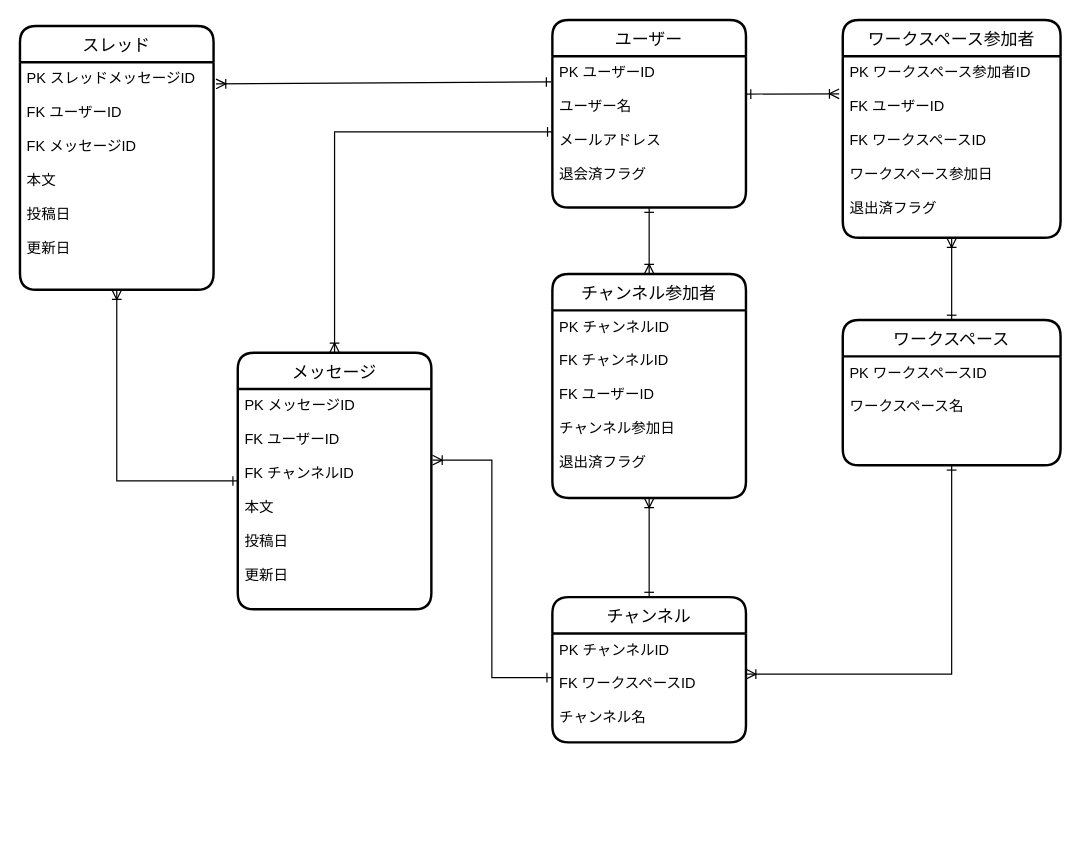
Before: db_modeling2/subject1/subject1.drawio in halki117/PrAhaChallenge, a draw.io diagram. Source tidied: cells renumbered, new cells numbered last; positions are measured from the earlier drawing's top-left corner, leaving out a move shared by most shapes. Both pictures are drawn from the tidied source at 121%, with x=0, y=0 at pixel (19, 19).
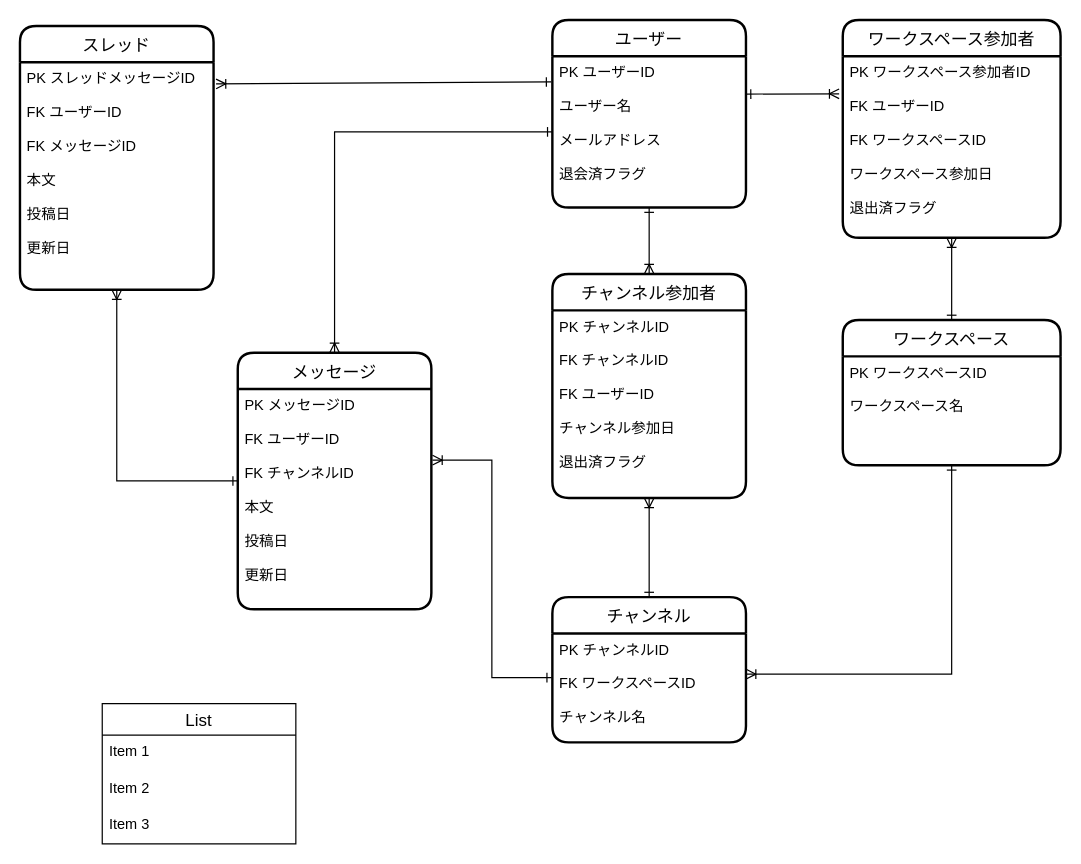
After the change.

What changed in the source:
```diff
@@
+    <mxCell id="25" value="List" style="swimlane;fontStyle=0;horizontal=1;startSize=26;align=center;fontSize=14;" parent="1" vertex="1">
+      <mxGeometry x="68" y="565" width="160" height="116" as="geometry" />
+    </mxCell>
+    <mxCell id="26" value="Item 1" style="text;strokeColor=none;fillColor=none;spacingLeft=4;spacingRight=4;overflow=hidden;fontSize=12;" parent="25" vertex="1">
+      <mxGeometry y="26" width="160" height="30" as="geometry" />
+    </mxCell>
+    <mxCell id="27" value="Item 2" style="text;strokeColor=none;fillColor=none;spacingLeft=4;spacingRight=4;overflow=hidden;fontSize=12;" parent="25" vertex="1">
+      <mxGeometry y="56" width="160" height="30" as="geometry" />
+    </mxCell>
+    <mxCell id="28" value="Item 3" style="text;strokeColor=none;fillColor=none;spacingLeft=4;spacingRight=4;overflow=hidden;fontSize=12;" parent="25" vertex="1">
+      <mxGeometry y="86" width="160" height="30" as="geometry" />
+    </mxCell>
```
